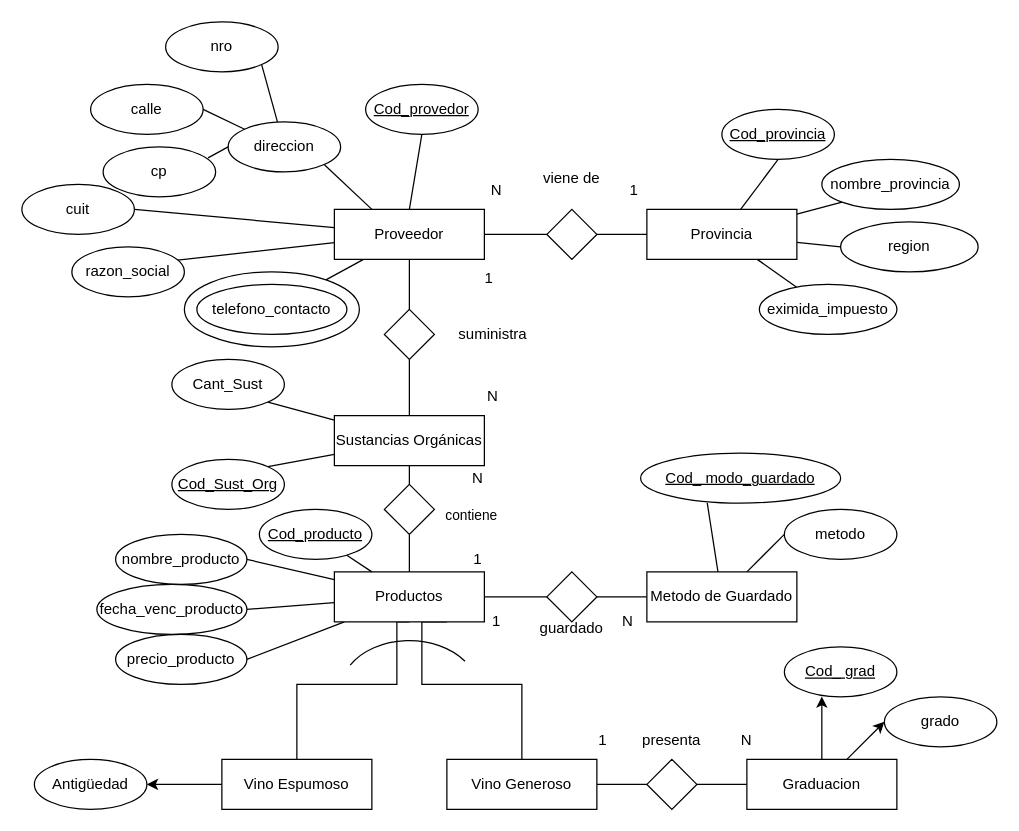
dariomiguel/testpdf keeps this draw.io diagram as PrimerParcial.drawio. Above is the earlier version. Source tidied: cells renumbered, new cells numbered last; positions are measured from the earlier drawing's top-left corner, leaving out a move shared by most shapes. Both pictures are drawn from the tidied source at 125%, with x=0, y=0 at pixel (21, 21).
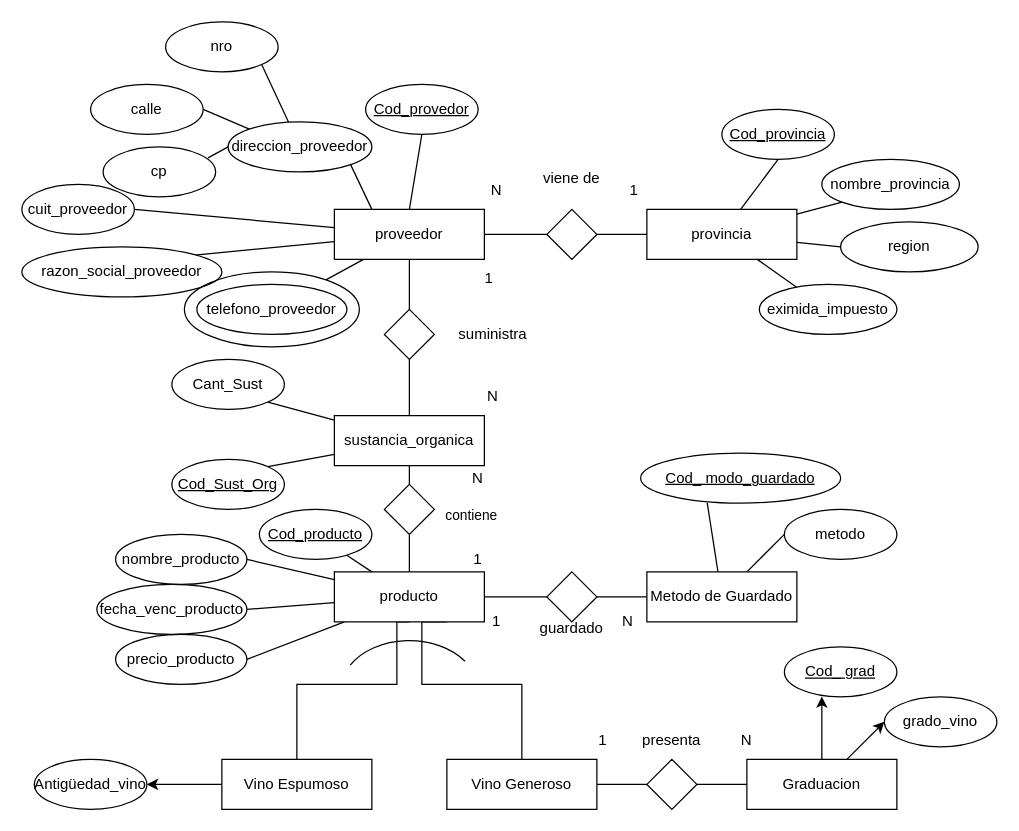
After the change.

What changed in the source:
```diff
@@
-    <mxCell id="9" value="Productos" style="rounded=0;whiteSpace=wrap;html=1;" parent="1" vertex="1">
+    <mxCell id="9" value="producto" style="rounded=0;whiteSpace=wrap;html=1;" parent="1" vertex="1">
       <mxGeometry x="250" y="440" width="120" height="40" as="geometry" />
     </mxCell>
@@
-    <mxCell id="16" value="Antigüedad" style="ellipse;whiteSpace=wrap;html=1;" parent="1" vertex="1">
+    <mxCell id="16" value="Antigüedad_vino" style="ellipse;whiteSpace=wrap;html=1;" parent="1" vertex="1">
       <mxGeometry x="10" y="590" width="90" height="40" as="geometry" />
     </mxCell>
@@
-    <mxCell id="22" value="grado" style="ellipse;whiteSpace=wrap;html=1;" parent="1" vertex="1">
+    <mxCell id="22" value="grado_vino" style="ellipse;whiteSpace=wrap;html=1;" parent="1" vertex="1">
       <mxGeometry x="690" y="540" width="90" height="40" as="geometry" />
     </mxCell>
@@
-    <mxCell id="31" value="Sustancias Orgánicas" style="rounded=0;whiteSpace=wrap;html=1;" parent="1" vertex="1">
+    <mxCell id="31" value="sustancia_organica" style="rounded=0;whiteSpace=wrap;html=1;" parent="1" vertex="1">
       <mxGeometry x="250" y="315" width="120" height="40" as="geometry" />
     </mxCell>
@@
-    <mxCell id="39" value="Proveedor" style="rounded=0;whiteSpace=wrap;html=1;" parent="1" vertex="1">
+    <mxCell id="39" value="proveedor" style="rounded=0;whiteSpace=wrap;html=1;" parent="1" vertex="1">
       <mxGeometry x="250" y="150" width="120" height="40" as="geometry" />
     </mxCell>
@@
-    <mxCell id="42" value="cuit" style="ellipse;whiteSpace=wrap;html=1;" parent="1" vertex="1">
+    <mxCell id="42" value="cuit_proveedor" style="ellipse;whiteSpace=wrap;html=1;" parent="1" vertex="1">
       <mxGeometry y="130" width="90" height="40" as="geometry" />
     </mxCell>
-    <mxCell id="43" value="razon_social" style="ellipse;whiteSpace=wrap;html=1;" parent="1" vertex="1">
-      <mxGeometry x="40" y="180" width="90" height="40" as="geometry" />
+    <mxCell id="43" value="razon_social_&lt;span style=&quot;background-color: transparent; color: light-dark(rgb(0, 0, 0), rgb(255, 255, 255));&quot;&gt;proveedor&lt;/span&gt;" style="ellipse;whiteSpace=wrap;html=1;" parent="1" vertex="1">
+      <mxGeometry y="180" width="160" height="40" as="geometry" />
     </mxCell>
@@
-    <mxCell id="47" value="direccion" style="ellipse;whiteSpace=wrap;html=1;" parent="1" vertex="1">
-      <mxGeometry x="165" y="80" width="90" height="40" as="geometry" />
+    <mxCell id="47" value="direccion_proveedor" style="ellipse;whiteSpace=wrap;html=1;" parent="1" vertex="1">
+      <mxGeometry x="165" y="80" width="115" height="40" as="geometry" />
     </mxCell>
-    <mxCell id="48" value="telefono_contacto" style="ellipse;whiteSpace=wrap;html=1;strokeColor=default;perimeterSpacing=8;" parent="1" vertex="1">
+    <mxCell id="48" value="telefono_proveedor" style="ellipse;whiteSpace=wrap;html=1;strokeColor=default;perimeterSpacing=8;" parent="1" vertex="1">
       <mxGeometry x="140" y="210" width="120" height="40" as="geometry" />
     </mxCell>
@@
-    <mxCell id="79" value="Provincia" style="rounded=0;whiteSpace=wrap;html=1;" parent="1" vertex="1">
+    <mxCell id="79" value="provincia" style="rounded=0;whiteSpace=wrap;html=1;" parent="1" vertex="1">
       <mxGeometry x="500" y="150" width="120" height="40" as="geometry" />
     </mxCell>
```
